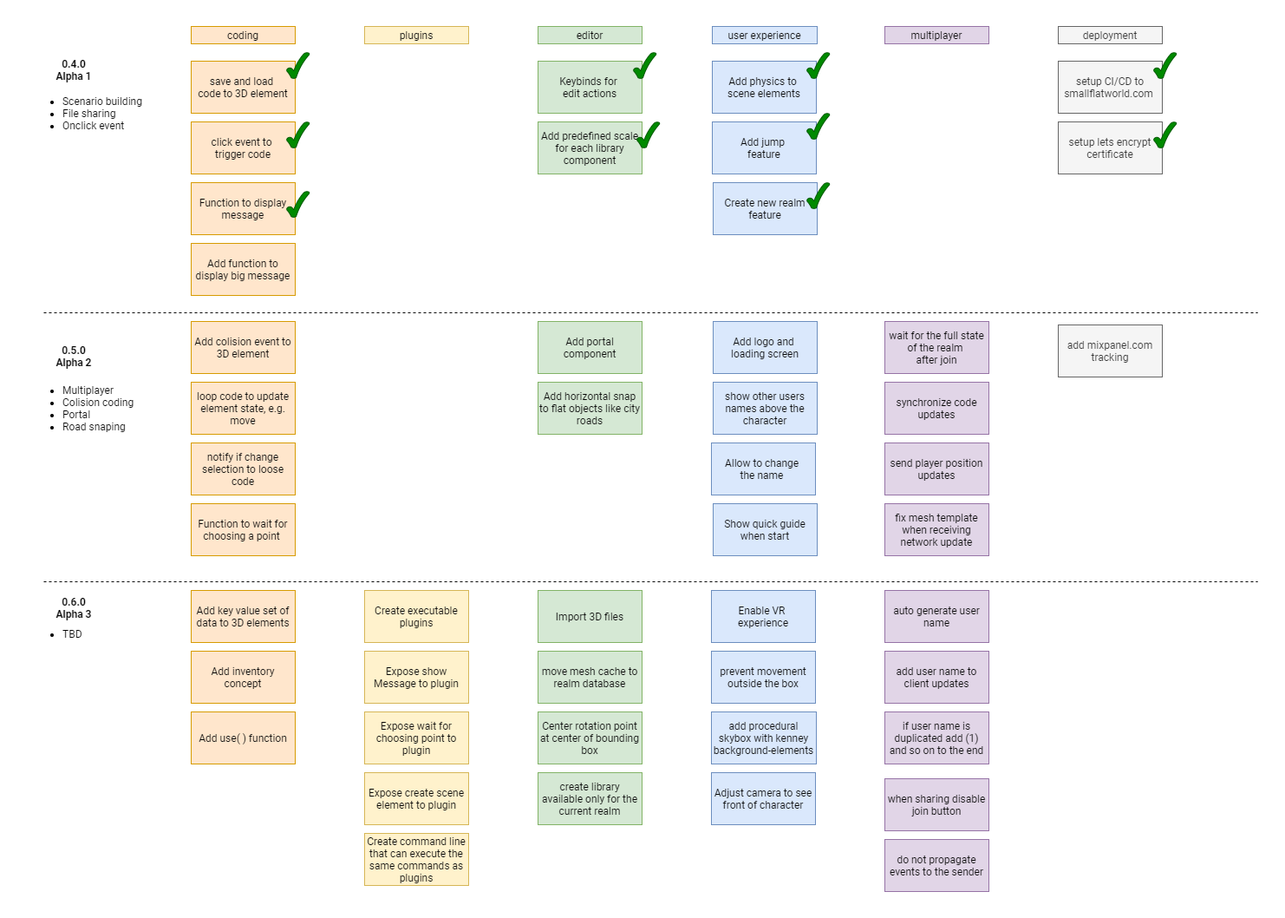
Before: small-flat-world-roadmap.png, a diagram exported from draw.io (hamilton-lima/smallflatworld). Source tidied: cells renumbered, new cells last; positions are measured from the earlier drawing's top-left corner, leaving out a move shared by most shapes.
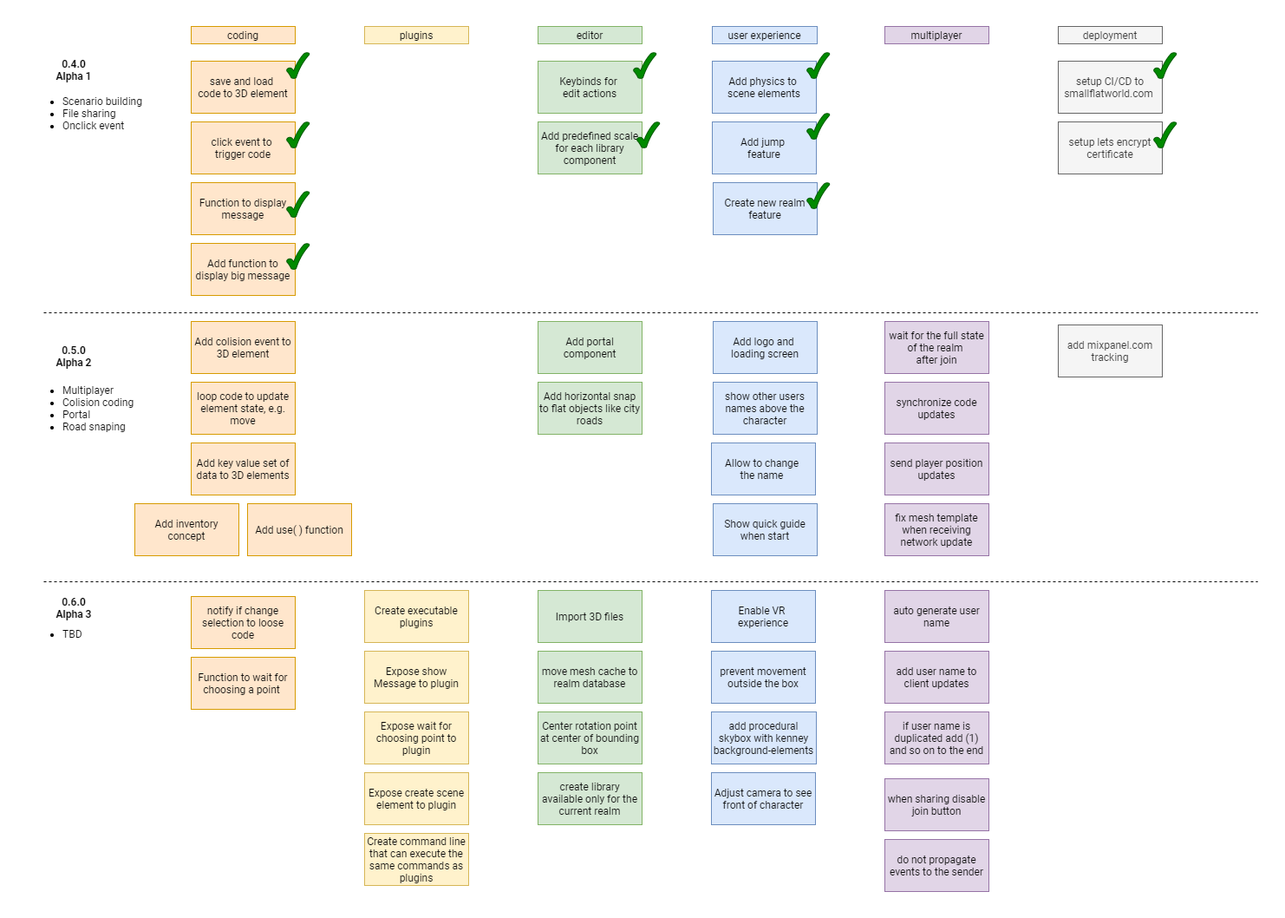
After the commit.

Commit message:
pump version and update roadmap

What changed in the source:
```diff
@@ -60,7 +60,7 @@
       <mxGeometry x="790" y="790" width="121" height="60" as="geometry" />
     </mxCell>
     <mxCell id="21" value="Add key value set of data to 3D elements" style="rounded=0;whiteSpace=wrap;html=1;fontFamily=Roboto;fillColor=#ffe6cc;strokeColor=#d79b00;" parent="1" vertex="1">
-      <mxGeometry x="190" y="650" width="120" height="60" as="geometry" />
+      <mxGeometry x="190" y="480" width="120" height="60" as="geometry" />
     </mxCell>
     <mxCell id="22" value="Add colision event to 3D element" style="rounded=0;whiteSpace=wrap;html=1;fontFamily=Roboto;fillColor=#ffe6cc;strokeColor=#d79b00;" parent="1" vertex="1">
       <mxGeometry x="190" y="340" width="120" height="60" as="geometry" />
@@ -117,10 +117,10 @@
       <mxGeometry x="792" y="410" width="120" height="60" as="geometry" />
     </mxCell>
     <mxCell id="40" value="Add inventory concept" style="rounded=0;whiteSpace=wrap;html=1;fontFamily=Roboto;fillColor=#ffe6cc;strokeColor=#d79b00;" parent="1" vertex="1">
-      <mxGeometry x="190" y="720" width="120" height="60" as="geometry" />
+      <mxGeometry x="125" y="550" width="120" height="60" as="geometry" />
     </mxCell>
     <mxCell id="41" value="Add use( ) function" style="rounded=0;whiteSpace=wrap;html=1;fontFamily=Roboto;fillColor=#ffe6cc;strokeColor=#d79b00;" parent="1" vertex="1">
-      <mxGeometry x="190" y="790" width="120" height="60" as="geometry" />
+      <mxGeometry x="255" y="550" width="120" height="60" as="geometry" />
     </mxCell>
     <mxCell id="42" value="click event to &lt;br&gt;trigger code" style="rounded=0;whiteSpace=wrap;html=1;fontFamily=Roboto;fillColor=#ffe6cc;strokeColor=#d79b00;" parent="1" vertex="1">
       <mxGeometry x="190" y="110" width="120" height="60" as="geometry" />
@@ -147,10 +147,10 @@
       <mxGeometry x="190" y="410" width="120" height="60" as="geometry" />
     </mxCell>
     <mxCell id="50" value="notify if change selection to loose code" style="rounded=0;whiteSpace=wrap;html=1;fontFamily=Roboto;fillColor=#ffe6cc;strokeColor=#d79b00;" parent="1" vertex="1">
-      <mxGeometry x="190" y="480" width="120" height="60" as="geometry" />
+      <mxGeometry x="190" y="657" width="120" height="60" as="geometry" />
     </mxCell>
     <mxCell id="51" value="Function to wait for choosing a point&amp;nbsp;" style="rounded=0;whiteSpace=wrap;html=1;fontFamily=Roboto;fillColor=#ffe6cc;strokeColor=#d79b00;" parent="1" vertex="1">
-      <mxGeometry x="190" y="550" width="120" height="60" as="geometry" />
+      <mxGeometry x="190" y="727" width="120" height="60" as="geometry" />
     </mxCell>
     <mxCell id="52" value="synchronize code updates" style="rounded=0;whiteSpace=wrap;html=1;fontFamily=Roboto;fillColor=#e1d5e7;strokeColor=#9673a6;" parent="1" vertex="1">
       <mxGeometry x="990" y="410" width="120" height="60" as="geometry" />
@@ -221,5 +221,8 @@
     <mxCell id="72" style="verticalLabelPosition=bottom;verticalAlign=top;html=1;shape=mxgraph.basic.tick;fontFamily=Roboto;fillColor=#008a00;strokeColor=#005700;fontColor=#ffffff;" parent="1" vertex="1">
       <mxGeometry x="900" y="180" width="26.2" height="30" as="geometry" />
     </mxCell>
+    <mxCell id="73" style="verticalLabelPosition=bottom;verticalAlign=top;html=1;shape=mxgraph.basic.tick;fontFamily=Roboto;fillColor=#008a00;strokeColor=#005700;fontColor=#ffffff;" parent="1" vertex="1">
+      <mxGeometry x="300" y="250" width="26.2" height="30" as="geometry" />
+    </mxCell>
   </root>
 </mxGraphModel>
```
